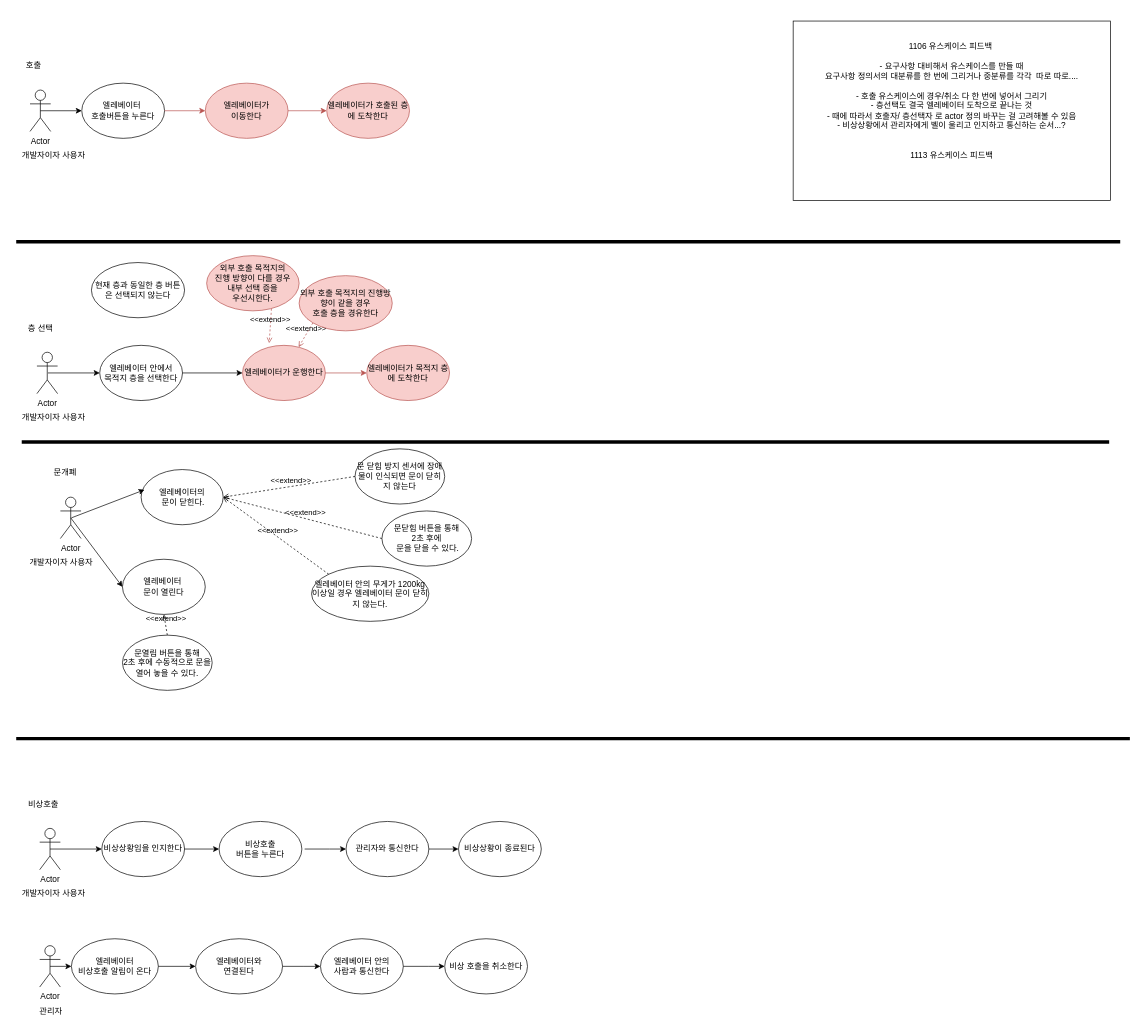
doit0/usecase-diagram keeps this draw.io diagram as page "페이지-4" (3 of 3) of 엘레베이터 유스케이스 그리기 (1102_2).drawio. Above is the earlier version. Source tidied: cells renumbered, new cells numbered last; positions are measured from the earlier drawing's top-left corner, leaving out a move shared by most shapes. Both pictures are drawn from the tidied source at 69%, with x=0, y=0 at pixel (12, 21).
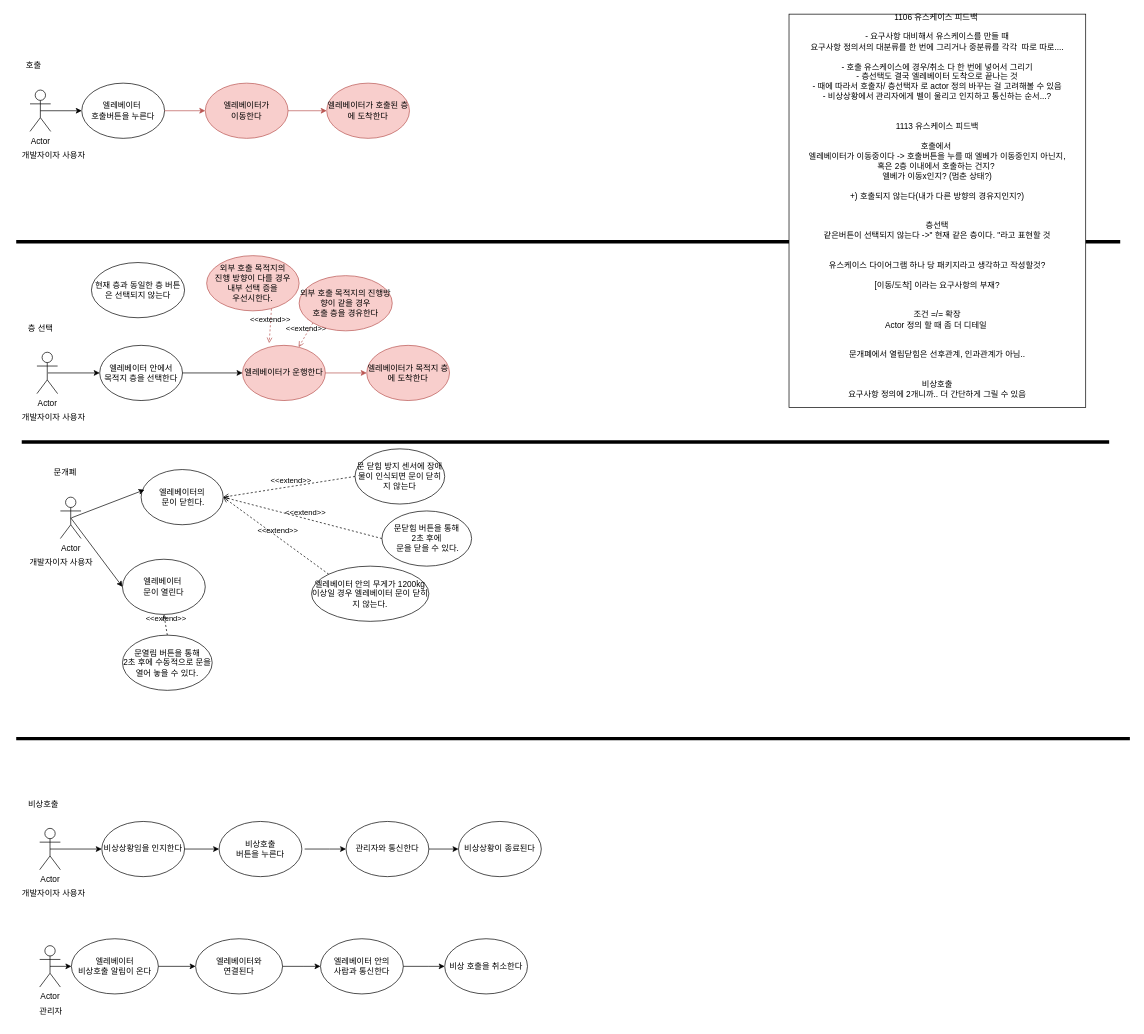
The same page after the edit.

Commit message:
엘레베이터 유스케이스 그리기 (1102_2).drawio 업데이트

Diff of the diagram source:
```diff
@@
-    <mxCell id="57" value="&lt;div&gt;1106 유스케이스 피드백&amp;nbsp;&lt;/div&gt;&lt;div&gt;&lt;br&gt;&lt;/div&gt;&lt;div&gt;- 요구사항 대비해서 유스케이스를 만들 때&lt;/div&gt;&lt;div&gt;요구사항 정의서의 대분류를 한 번에 그리거나 중분류를 각각&amp;nbsp; 따로 따로....&lt;/div&gt;&lt;div&gt;&lt;br&gt;&lt;/div&gt;&lt;div&gt;- 호출 유스케이스에 경우/취소 다 한 번에 넣어서 그리기&lt;/div&gt;&lt;div&gt;- 층선택도 결국 엘레베이터 도착으로 끝나는 것&lt;/div&gt;&lt;div&gt;- 때에 따라서 호출자/ 층선택자 로 actor 정의 바꾸는 걸 고려해볼 수 있음&lt;/div&gt;&lt;div&gt;- 비상상황에서 관리자에게 벨이 울리고 인지하고 통신하는 순서...?&lt;/div&gt;&lt;div&gt;&lt;br&gt;&lt;/div&gt;&lt;div&gt;&lt;br&gt;&lt;/div&gt;&lt;div&gt;1113 유스케이스 피드백&lt;/div&gt;&lt;div&gt;&lt;br&gt;&lt;/div&gt;&lt;div&gt;&lt;br&gt;&lt;/div&gt;" style="rounded=0;whiteSpace=wrap;html=1;" parent="1" vertex="1">
-      <mxGeometry x="1132" width="460" height="260" as="geometry" />
+    <mxCell id="57" value="&lt;div&gt;1106 유스케이스 피드백&amp;nbsp;&lt;/div&gt;&lt;div&gt;&lt;br&gt;&lt;/div&gt;&lt;div&gt;- 요구사항 대비해서 유스케이스를 만들 때&lt;/div&gt;&lt;div&gt;요구사항 정의서의 대분류를 한 번에 그리거나 중분류를 각각&amp;nbsp; 따로 따로....&lt;/div&gt;&lt;div&gt;&lt;br&gt;&lt;/div&gt;&lt;div&gt;- 호출 유스케이스에 경우/취소 다 한 번에 넣어서 그리기&lt;/div&gt;&lt;div&gt;- 층선택도 결국 엘레베이터 도착으로 끝나는 것&lt;/div&gt;&lt;div&gt;- 때에 따라서 호출자/ 층선택자 로 actor 정의 바꾸는 걸 고려해볼 수 있음&lt;/div&gt;&lt;div&gt;- 비상상황에서 관리자에게 벨이 울리고 인지하고 통신하는 순서...?&lt;/div&gt;&lt;div&gt;&lt;br&gt;&lt;/div&gt;&lt;div&gt;&lt;br&gt;&lt;/div&gt;&lt;div&gt;1113 유스케이스 피드백&lt;/div&gt;&lt;div&gt;&lt;br&gt;&lt;/div&gt;&lt;div&gt;&lt;div&gt;호출에서&amp;nbsp;&lt;/div&gt;&lt;div&gt;엘레베이터가 이동중이다 -&amp;gt; 호출버튼을 누를 때 엘베가 이동중인지 아닌지,&lt;/div&gt;&lt;div&gt;혹은 2층 이내에서 호출하는 건지?&amp;nbsp;&lt;/div&gt;&lt;div&gt;엘베가 이동x인지? (멈춘 상태?)&lt;/div&gt;&lt;div&gt;&lt;br&gt;&lt;/div&gt;&lt;div&gt;+) 호출되지 않는다(내가 다른 방향의 경유지인지?)&lt;/div&gt;&lt;div&gt;&lt;br&gt;&lt;/div&gt;&lt;div&gt;&lt;br&gt;&lt;/div&gt;&lt;div&gt;층선택&lt;/div&gt;&lt;div&gt;같은버튼이 선택되지 않는다 -&amp;gt;&quot; 현재 같은 층이다. &quot;라고 표현할 것&lt;/div&gt;&lt;div&gt;&lt;br&gt;&lt;/div&gt;&lt;div&gt;&lt;br&gt;&lt;/div&gt;&lt;div&gt;유스케이스 다이어그램 하나 당 패키지라고 생각하고 작성할것?&lt;/div&gt;&lt;div&gt;&lt;br&gt;&lt;/div&gt;&lt;div&gt;[이동/도착] 이라는 요구사항의 부재?&lt;/div&gt;&lt;div&gt;&lt;br&gt;&lt;/div&gt;&lt;div&gt;&lt;br&gt;&lt;/div&gt;&lt;div&gt;조건 =/= 확장&lt;/div&gt;&lt;div&gt;Actor 정의 할 때 좀 더 디테일&amp;nbsp;&lt;/div&gt;&lt;div&gt;&lt;br&gt;&lt;/div&gt;&lt;div&gt;&lt;br&gt;&lt;/div&gt;&lt;div&gt;문개폐에서 열림닫힘은 선후관계, 인과관계가 아님..&lt;/div&gt;&lt;div&gt;&lt;br&gt;&lt;/div&gt;&lt;div&gt;&lt;br&gt;&lt;/div&gt;&lt;div&gt;비상호출&lt;/div&gt;&lt;div&gt;요구사항 정의에 2개니까.. 더 간단하게 그릴 수 있음&lt;/div&gt;&lt;/div&gt;&lt;div&gt;&lt;br&gt;&lt;/div&gt;" style="rounded=0;whiteSpace=wrap;html=1;" parent="1" vertex="1">
+      <mxGeometry x="1126" y="-10" width="430" height="570" as="geometry" />
     </mxCell>
```
